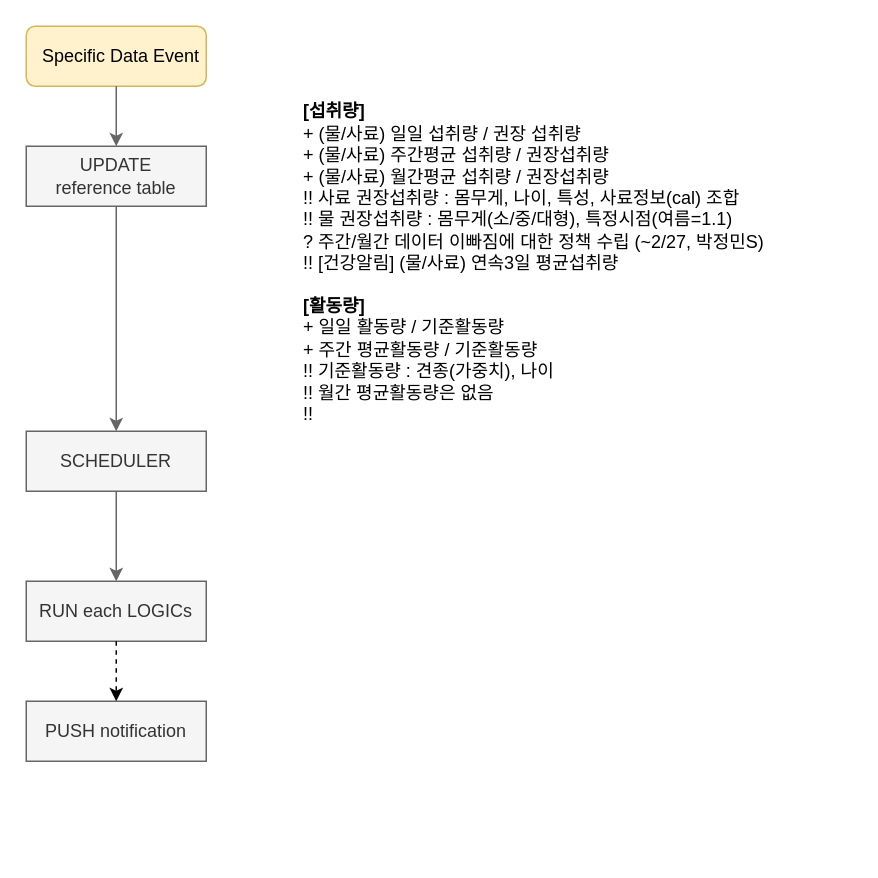
Above: page "Insight" (10 of 10) of 제목 없는 다이어그램.drawio in nbc-pet-task/functional.py (draw.io), before the change. Source tidied: cells renumbered, new cells numbered last; positions are measured from the earlier drawing's top-left corner, leaving out a move shared by most shapes. Both pictures are drawn from the tidied source at 150%, with x=0, y=0 at pixel (26, 26).
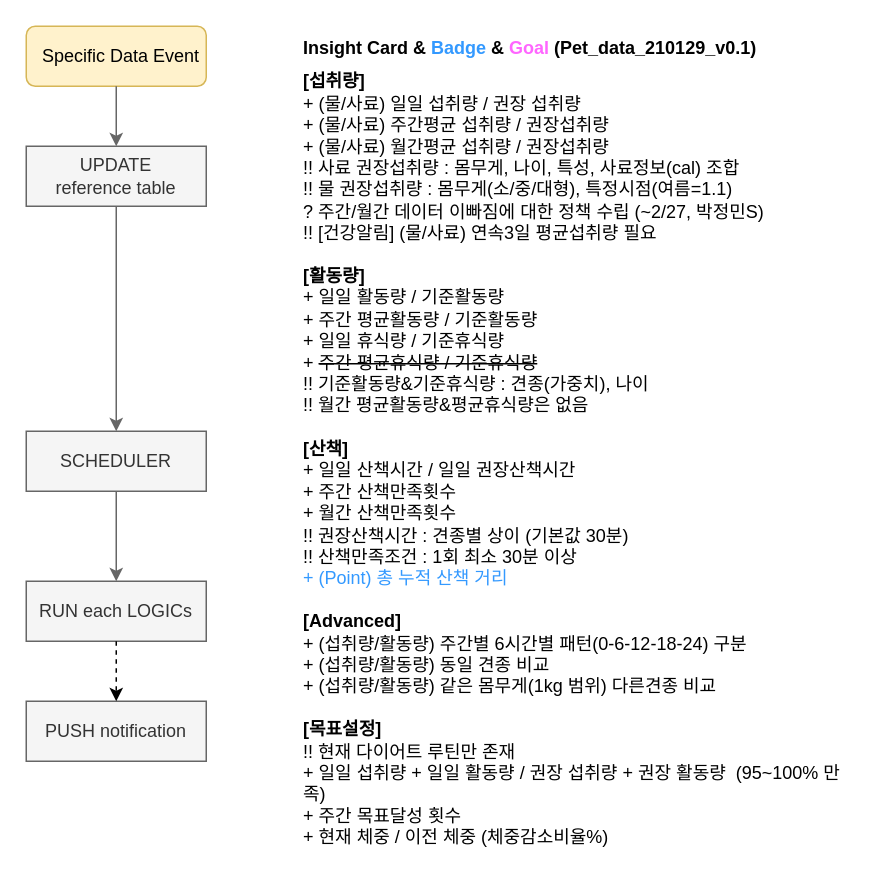
The same page after the edit.

Change to the diagram source:
```diff
@@
 <mxGraphModel>
   <root>
     <mxCell id="0" />
     <mxCell id="1" parent="0" />
     <mxCell id="2" value="&amp;nbsp; Specific Data Event" style="rounded=1;whiteSpace=wrap;html=1;fillColor=#fff2cc;strokeColor=#d6b656;" parent="1" vertex="1">
       <mxGeometry width="120" height="40" as="geometry" />
     </mxCell>
     <mxCell id="3" value="UPDATE &lt;br&gt;reference table" style="rounded=0;whiteSpace=wrap;html=1;fillColor=#f5f5f5;strokeColor=#666666;fontColor=#333333;" parent="1" vertex="1">
       <mxGeometry y="80" width="120" height="40" as="geometry" />
     </mxCell>
     <mxCell id="4" value="SCHEDULER" style="rounded=0;whiteSpace=wrap;html=1;fillColor=#f5f5f5;strokeColor=#666666;fontColor=#333333;" parent="1" vertex="1">
       <mxGeometry y="270" width="120" height="40" as="geometry" />
     </mxCell>
     <mxCell id="5" value="RUN each LOGICs" style="rounded=0;whiteSpace=wrap;html=1;fillColor=#f5f5f5;strokeColor=#666666;fontColor=#333333;" parent="1" vertex="1">
       <mxGeometry y="370" width="120" height="40" as="geometry" />
     </mxCell>
     <mxCell id="6" value="PUSH notification" style="rounded=0;whiteSpace=wrap;html=1;fillColor=#f5f5f5;strokeColor=#666666;fontColor=#333333;" parent="1" vertex="1">
       <mxGeometry y="450" width="120" height="40" as="geometry" />
     </mxCell>
     <mxCell id="7" style="endArrow=classic;html=1;exitX=0.5;exitY=1;exitDx=0;exitDy=0;entryX=0.5;entryY=0;entryDx=0;entryDy=0;fillColor=#f5f5f5;strokeColor=#666666;" parent="1" edge="1" source="2" target="3">
       <mxGeometry relative="1" as="geometry" />
     </mxCell>
     <mxCell id="8" style="endArrow=classic;html=1;exitX=0.5;exitY=1;exitDx=0;exitDy=0;entryX=0.5;entryY=0;entryDx=0;entryDy=0;fillColor=#f5f5f5;strokeColor=#666666;" parent="1" edge="1" source="3" target="4">
       <mxGeometry relative="1" as="geometry" />
     </mxCell>
     <mxCell id="9" style="endArrow=classic;html=1;exitX=0.5;exitY=1;exitDx=0;exitDy=0;entryX=0.5;entryY=0;entryDx=0;entryDy=0;fillColor=#f5f5f5;strokeColor=#666666;" parent="1" edge="1" source="4" target="5">
       <mxGeometry relative="1" as="geometry" />
     </mxCell>
     <mxCell id="10" style="endArrow=classic;html=1;dashed=1;exitX=0.5;exitY=1;exitDx=0;exitDy=0;entryX=0.5;entryY=0;entryDx=0;entryDy=0;" parent="1" edge="1" source="5" target="6">
       <mxGeometry relative="1" as="geometry" />
     </mxCell>
-    <mxCell id="11" value="&lt;h1 style=&quot;font-size: 12px&quot;&gt;&lt;br&gt;&lt;/h1&gt;&lt;div&gt;&lt;b&gt;[섭취량]&lt;/b&gt;&lt;/div&gt;&lt;div&gt;+ (물/사료) 일일 섭취량 / 권장 섭취량&lt;/div&gt;&lt;div&gt;+ (물/사료) 주간평균 섭취량 / 권장섭취량&lt;/div&gt;&lt;div&gt;+ (물/사료) 월간평균 섭취량 / 권장섭취량&lt;/div&gt;&lt;div&gt;!! 사료 권장섭취량 : 몸무게, 나이, 특성, 사료정보(cal) 조합&lt;/div&gt;&lt;div&gt;!! 물 권장섭취량 : 몸무게(소/중/대형), 특정시점(여름=1.1)&lt;/div&gt;&lt;div&gt;? 주간/월간 데이터 이빠짐에 대한 정책 수립 (~2/27, 박정민S)&lt;/div&gt;&lt;div&gt;!! [건강알림] (물/사료) 연속3일 평균섭취량&lt;/div&gt;&lt;div&gt;&lt;br&gt;&lt;/div&gt;&lt;div&gt;&lt;b&gt;[활동량]&lt;/b&gt;&lt;/div&gt;&lt;div&gt;+ 일일 활동량 / 기준활동량&lt;/div&gt;&lt;div&gt;+ 주간 평균활동량 / 기준활동량&lt;/div&gt;&lt;div&gt;!! 기준활동량 : 견종(가중치), 나이&lt;/div&gt;&lt;div&gt;!! 월간 평균활동량은 없음&lt;/div&gt;&lt;div&gt;!!&amp;nbsp;&lt;/div&gt;&lt;div&gt;&lt;br&gt;&lt;/div&gt;&lt;div&gt;&lt;br&gt;&lt;/div&gt;&lt;div&gt;&lt;br&gt;&lt;/div&gt;" style="text;html=1;strokeColor=none;fillColor=none;spacing=5;spacingTop=-20;whiteSpace=wrap;overflow=hidden;rounded=0;fontSize=12;" parent="1" vertex="1">
-      <mxGeometry x="180" y="30" width="330" height="380" as="geometry" />
+    <mxCell id="11" value="&lt;h1 style=&quot;font-size: 12px&quot;&gt;Insight Card &amp;amp; &lt;font color=&quot;#3399ff&quot;&gt;Badge&amp;nbsp;&lt;/font&gt;&amp;amp; &lt;font color=&quot;#ff66ff&quot;&gt;Goal&lt;/font&gt; (Pet_data_210129_v0.1)&lt;/h1&gt;&lt;div&gt;&lt;b&gt;[섭취량]&lt;/b&gt;&lt;/div&gt;&lt;div&gt;+ (물/사료) 일일 섭취량 / 권장 섭취량&lt;/div&gt;&lt;div&gt;+ (물/사료) 주간평균 섭취량 / 권장섭취량&lt;/div&gt;&lt;div&gt;+ (물/사료) 월간평균 섭취량 / 권장섭취량&lt;/div&gt;&lt;div&gt;!! 사료 권장섭취량 : 몸무게, 나이, 특성, 사료정보(cal) 조합&lt;/div&gt;&lt;div&gt;!! 물 권장섭취량 : 몸무게(소/중/대형), 특정시점(여름=1.1)&lt;/div&gt;&lt;div&gt;? 주간/월간 데이터 이빠짐에 대한 정책 수립 (~2/27, 박정민S)&lt;/div&gt;&lt;div&gt;!! [건강알림] (물/사료) 연속3일 평균섭취량 필요&lt;/div&gt;&lt;div&gt;&lt;br&gt;&lt;/div&gt;&lt;div&gt;&lt;b&gt;[활동량]&lt;/b&gt;&lt;/div&gt;&lt;div&gt;+ 일일 활동량 / 기준활동량&lt;/div&gt;&lt;div&gt;+ 주간 평균활동량 / 기준활동량&lt;/div&gt;&lt;div&gt;+ 일일 휴식량 / 기준휴식량&lt;/div&gt;&lt;div&gt;+ &lt;strike&gt;주간 평균휴식량 / 기준휴식량&lt;/strike&gt;&lt;/div&gt;&lt;div&gt;!! 기준활동량&amp;amp;기준휴식량 : 견종(가중치), 나이&lt;/div&gt;&lt;div&gt;!! 월간 평균활동량&amp;amp;평균휴식량은 없음&lt;/div&gt;&lt;div&gt;&lt;br&gt;&lt;/div&gt;&lt;div&gt;&lt;b&gt;[산책]&lt;/b&gt;&lt;/div&gt;&lt;div&gt;+ 일일 산책시간 / 일일 권장산책시간&lt;/div&gt;&lt;div&gt;+ 주간 산책만족횟수&lt;/div&gt;&lt;div&gt;+ 월간 산책만족횟수&lt;/div&gt;&lt;div&gt;!! 권장산책시간 : 견종별 상이 (기본값 30분)&lt;/div&gt;&lt;div&gt;!! 산책만족조건 : 1회 최소 30분 이상&lt;/div&gt;&lt;div&gt;&lt;font color=&quot;#3399ff&quot;&gt;+ (Point) 총 누적 산책 거리&lt;/font&gt;&lt;/div&gt;&lt;div&gt;&lt;br&gt;&lt;/div&gt;&lt;div&gt;&lt;b&gt;[Advanced]&lt;/b&gt;&lt;/div&gt;&lt;div&gt;&lt;/div&gt;+ (섭취량/활동량) 주간별 6시간별 패턴(0-6-12-18-24) 구분&lt;br&gt;+ (섭취량/활동량) 동일 견종 비교&lt;br&gt;+ (섭취량/활동량) 같은 몸무게(1kg 범위) 다른견종 비교&lt;br&gt;&lt;br&gt;&lt;b&gt;[목표설정]&lt;/b&gt;&lt;br&gt;!! 현재 다이어트 루틴만 존재&lt;br&gt;+ 일일 섭취량 + 일일 활동량 / 권장 섭취량 + 권장 활동량&amp;nbsp; (95~100% 만족)&lt;br&gt;+ 주간 목표달성 횟수&lt;br&gt;+ 현재 체중 / 이전 체중 (체중감소비율%)" style="text;html=1;strokeColor=none;fillColor=none;spacing=5;spacingTop=-20;whiteSpace=wrap;overflow=hidden;rounded=0;fontSize=12;" parent="1" vertex="1">
+      <mxGeometry x="180" y="10" width="370" height="540" as="geometry" />
     </mxCell>
   </root>
 </mxGraphModel>
```
